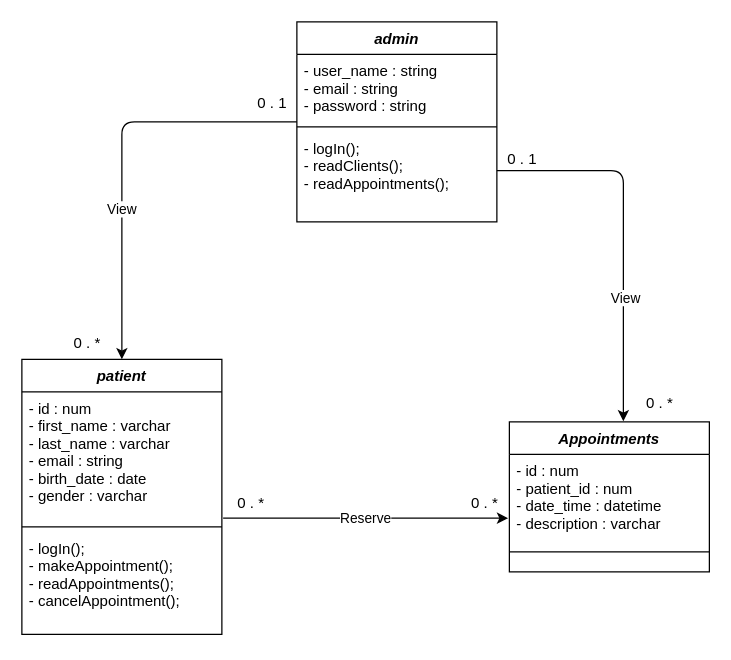
This is UML/class.drawio from daalimouhcine/cabinet_dentaier, a draw.io file, before an edit. Source tidied: cells renumbered, new cells numbered last; positions are measured from the earlier drawing's top-left corner, leaving out a move shared by most shapes. Both pictures are drawn from the tidied source at 125%, with x=0, y=0 at pixel (21, 21).
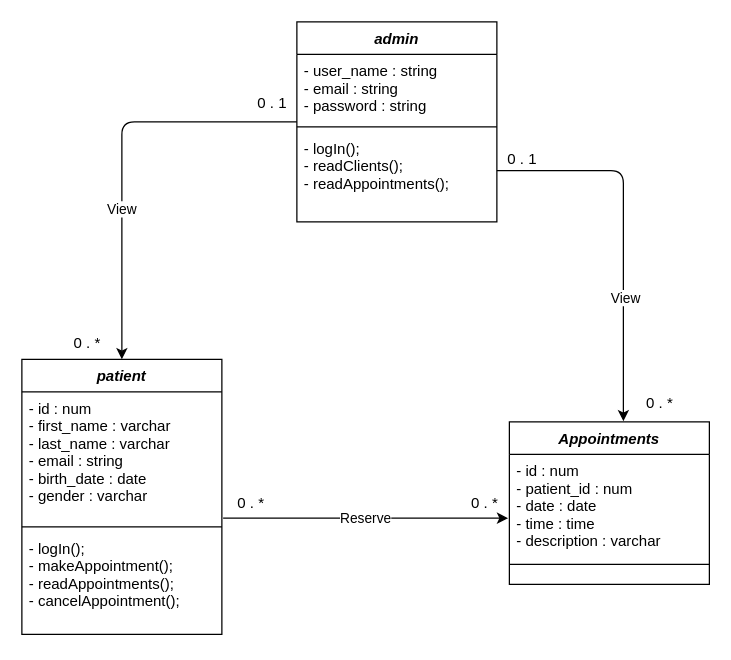
The same diagram, later.

The edit, as a diff of the source:
```diff
@@
     <mxCell id="11" value="Appointments" style="swimlane;fontStyle=3;align=center;verticalAlign=top;horizontal=1;startSize=26;rounded=0;shadow=0;strokeWidth=1;" parent="1" vertex="1">
-      <mxGeometry x="390" y="320" width="160" height="120" as="geometry" />
+      <mxGeometry x="390" y="320" width="160" height="130" as="geometry" />
     </mxCell>
-    <mxCell id="12" value="- id : num&#10;- patient_id : num&#10;- date_time : datetime&#10;- description : varchar&#10;" style="text;align=left;verticalAlign=top;spacingLeft=4;spacingRight=4;overflow=hidden;rounded=0;shadow=0;html=0;" parent="11" vertex="1">
-      <mxGeometry y="26" width="160" height="74" as="geometry" />
+    <mxCell id="12" value="- id : num&#10;- patient_id : num&#10;- date : date&#10;- time : time&#10;- description : varchar&#10;" style="text;align=left;verticalAlign=top;spacingLeft=4;spacingRight=4;overflow=hidden;rounded=0;shadow=0;html=0;" parent="11" vertex="1">
+      <mxGeometry y="26" width="160" height="84" as="geometry" />
     </mxCell>
     <mxCell id="13" style="line;html=1;strokeWidth=1;align=left;verticalAlign=middle;spacingTop=-1;spacingLeft=3;spacingRight=3;labelPosition=right;" parent="11" vertex="1">
-      <mxGeometry y="100" width="160" height="8" as="geometry" />
+      <mxGeometry y="110" width="160" height="8" as="geometry" />
     </mxCell>
```
